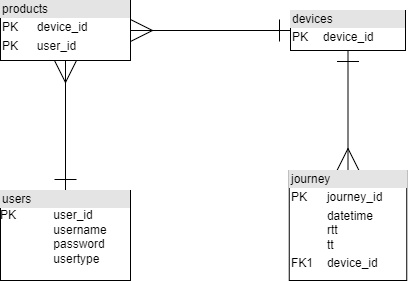
This is UML_Diagrams/ERD.png from Andreas691667/PGLEventManager, a draw.io export, as it was before one commit. Source tidied: cells renumbered, new cells last; positions are measured from the earlier drawing's top-left corner, leaving out a move shared by most shapes.
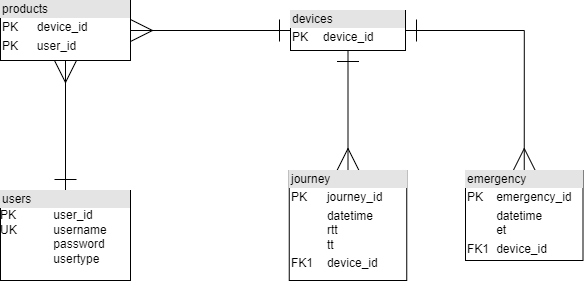
After the commit.

Commit message:
created uml and erd

What changed in the source:
```diff
@@ -17,11 +17,17 @@
     <mxCell id="6" value="&lt;div style=&quot;box-sizing:border-box;width:100%;background:#e4e4e4;padding:2px;&quot;&gt;products&lt;/div&gt;&lt;table style=&quot;width:100%;font-size:1em;&quot; cellpadding=&quot;2&quot; cellspacing=&quot;0&quot;&gt;&lt;tbody&gt;&lt;tr&gt;&lt;td&gt;PK&lt;/td&gt;&lt;td&gt;device_id&lt;/td&gt;&lt;/tr&gt;&lt;tr&gt;&lt;td&gt;PK&lt;/td&gt;&lt;td&gt;user_id&lt;/td&gt;&lt;/tr&gt;&lt;tr&gt;&lt;td&gt;&lt;/td&gt;&lt;td&gt;&lt;br&gt;&lt;/td&gt;&lt;/tr&gt;&lt;/tbody&gt;&lt;/table&gt;" style="verticalAlign=top;align=left;overflow=fill;html=1;" parent="1" vertex="1">
       <mxGeometry width="130" height="60" as="geometry" />
     </mxCell>
-    <mxCell id="7" value="&lt;div style=&quot;box-sizing:border-box;width:100%;background:#e4e4e4;padding:2px;&quot;&gt;users&lt;/div&gt;PK&lt;span style=&quot;white-space: pre;&quot;&gt;&#9;&lt;/span&gt;&lt;span style=&quot;white-space: pre;&quot;&gt;&#9;&lt;/span&gt;user_id&lt;br&gt;&lt;span style=&quot;white-space: pre;&quot;&gt;&#9;&lt;/span&gt;&lt;span style=&quot;white-space: pre;&quot;&gt;&#9;&lt;/span&gt;username&lt;br&gt;&lt;span style=&quot;white-space: pre;&quot;&gt;&#9;&lt;/span&gt;&lt;span style=&quot;white-space: pre;&quot;&gt;&#9;&lt;/span&gt;password&lt;br&gt;&lt;span style=&quot;white-space: pre;&quot;&gt;&#9;&lt;/span&gt;&lt;span style=&quot;white-space: pre;&quot;&gt;&#9;&lt;/span&gt;usertype" style="verticalAlign=top;align=left;overflow=fill;html=1;" parent="1" vertex="1">
+    <mxCell id="7" value="&lt;div style=&quot;box-sizing:border-box;width:100%;background:#e4e4e4;padding:2px;&quot;&gt;users&lt;/div&gt;PK&lt;span style=&quot;white-space: pre;&quot;&gt; &lt;/span&gt;&lt;span style=&quot;white-space: pre;&quot;&gt; &lt;/span&gt;user_id&lt;br&gt;UK&lt;span style=&quot;white-space: pre;&quot;&gt; &lt;/span&gt;&lt;span style=&quot;white-space: pre;&quot;&gt; &lt;/span&gt;username&lt;br&gt;&lt;span style=&quot;white-space: pre;&quot;&gt; &lt;/span&gt;&lt;span style=&quot;white-space: pre;&quot;&gt; &lt;/span&gt;password&lt;br&gt;&lt;span style=&quot;white-space: pre;&quot;&gt; &lt;/span&gt;&lt;span style=&quot;white-space: pre;&quot;&gt; &lt;/span&gt;usertype" style="verticalAlign=top;align=left;overflow=fill;html=1;" parent="1" vertex="1">
       <mxGeometry y="190" width="130" height="90" as="geometry" />
     </mxCell>
+    <mxCell id="9" style="edgeStyle=orthogonalEdgeStyle;rounded=0;jettySize=auto;html=1;exitX=1;exitY=0.5;exitDx=0;exitDy=0;startArrow=ERone;startFill=0;endArrow=ERmany;endFill=0;endSize=20;startSize=20;entryX=0.5;entryY=0;entryDx=0;entryDy=0;" parent="1" edge="1" source="8" target="10">
+      <mxGeometry relative="1" as="geometry" />
+    </mxCell>
     <mxCell id="8" value="&lt;div style=&quot;box-sizing:border-box;width:100%;background:#e4e4e4;padding:2px;&quot;&gt;devices&lt;/div&gt;&lt;table style=&quot;width:100%;font-size:1em;&quot; cellpadding=&quot;2&quot; cellspacing=&quot;0&quot;&gt;&lt;tbody&gt;&lt;tr&gt;&lt;td&gt;PK&lt;/td&gt;&lt;td&gt;device_id&lt;/td&gt;&lt;/tr&gt;&lt;tr&gt;&lt;td&gt;&lt;br&gt;&lt;/td&gt;&lt;td&gt;&lt;br&gt;&lt;/td&gt;&lt;/tr&gt;&lt;tr&gt;&lt;td&gt;&lt;/td&gt;&lt;td&gt;&lt;br&gt;&lt;/td&gt;&lt;/tr&gt;&lt;/tbody&gt;&lt;/table&gt;" style="verticalAlign=top;align=left;overflow=fill;html=1;" parent="1" vertex="1">
       <mxGeometry x="290" y="10" width="115" height="40" as="geometry" />
     </mxCell>
+    <mxCell id="10" value="&lt;div style=&quot;box-sizing:border-box;width:100%;background:#e4e4e4;padding:2px;&quot;&gt;emergency&lt;/div&gt;&lt;table style=&quot;width:100%;font-size:1em;&quot; cellpadding=&quot;2&quot; cellspacing=&quot;0&quot;&gt;&lt;tbody&gt;&lt;tr&gt;&lt;td&gt;PK&lt;/td&gt;&lt;td&gt;emergency_id&lt;/td&gt;&lt;/tr&gt;&lt;tr&gt;&lt;td&gt;&lt;br&gt;&lt;/td&gt;&lt;td&gt;datetime&lt;br&gt;et&lt;br&gt;&lt;/td&gt;&lt;/tr&gt;&lt;tr&gt;&lt;td&gt;FK1&lt;/td&gt;&lt;td&gt;device_id&lt;/td&gt;&lt;/tr&gt;&lt;/tbody&gt;&lt;/table&gt;" style="verticalAlign=top;align=left;overflow=fill;html=1;" parent="1" vertex="1">
+      <mxGeometry x="465" y="170" width="117.5" height="90" as="geometry" />
+    </mxCell>
   </root>
 </mxGraphModel>
```
